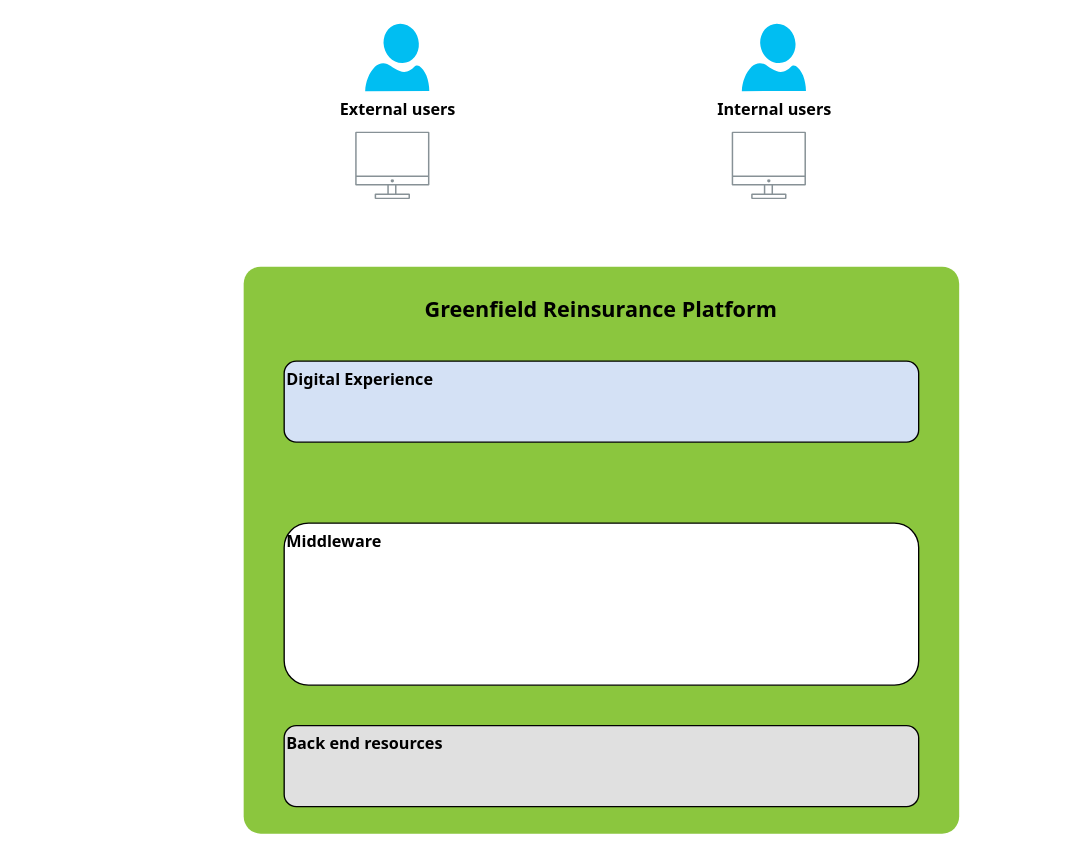
michaelmorar/diagrams keeps this draw.io diagram as page "Page-2" (2 of 2) of Untitled Diagram.drawio. Above is the earlier version. Source tidied: cells renumbered, new cells numbered last; positions are measured from the earlier drawing's top-left corner, leaving out a move shared by most shapes. Both pictures are drawn from the tidied source at 135%, with x=0, y=0 at pixel (243, 23).
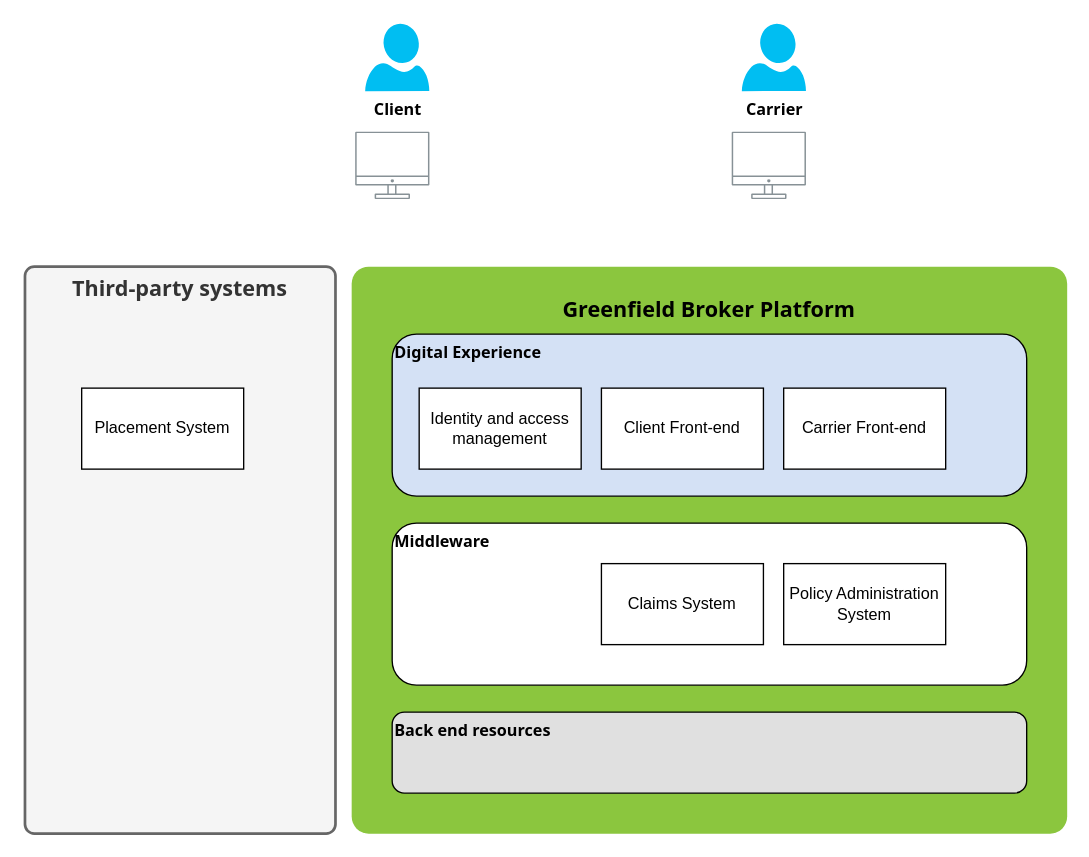
The same page after the edit.

What changed in the source:
```diff
@@
 <mxGraphModel>
   <root>
     <mxCell id="0" />
     <mxCell id="1" parent="0" />
-    <mxCell id="2" value="&lt;h2&gt;&lt;font style=&quot;font-size: 16px;&quot; face=&quot;Tahoma&quot;&gt;&lt;b&gt;Greenfield Reinsurance Platform&lt;/b&gt;&lt;/font&gt;&lt;/h2&gt;" style="rounded=1;whiteSpace=wrap;html=1;shadow=0;strokeWidth=2;fillColor=#8BC63E;fontSize=12;fontColor=#000000;align=center;strokeColor=none;arcSize=3;verticalAlign=top;" parent="1" vertex="1">
-      <mxGeometry y="180" width="530" height="420" as="geometry" />
+    <mxCell id="2" value="&lt;h2&gt;&lt;font style=&quot;font-size: 16px;&quot; face=&quot;Tahoma&quot;&gt;&lt;b&gt;Greenfield Broker Platform&lt;/b&gt;&lt;/font&gt;&lt;/h2&gt;" style="rounded=1;whiteSpace=wrap;html=1;shadow=0;strokeWidth=2;fillColor=#8BC63E;fontSize=12;fontColor=#000000;align=center;strokeColor=none;arcSize=3;verticalAlign=top;" parent="1" vertex="1">
+      <mxGeometry x="80" y="180" width="530" height="420" as="geometry" />
     </mxCell>
-    <mxCell id="3" value="&lt;b&gt;&lt;font face=&quot;Tahoma&quot;&gt;External users&lt;/font&gt;&lt;/b&gt;" style="verticalLabelPosition=bottom;html=1;verticalAlign=top;align=center;strokeColor=none;fillColor=#00BEF2;shape=mxgraph.azure.user;" parent="1" vertex="1">
+    <mxCell id="3" value="&lt;font face=&quot;Tahoma&quot;&gt;&lt;b&gt;Client&lt;/b&gt;&lt;/font&gt;" style="verticalLabelPosition=bottom;html=1;verticalAlign=top;align=center;strokeColor=none;fillColor=#00BEF2;shape=mxgraph.azure.user;" parent="1" vertex="1">
       <mxGeometry x="90" width="47.5" height="50" as="geometry" />
     </mxCell>
-    <mxCell id="4" value="Internal users" style="verticalLabelPosition=bottom;html=1;verticalAlign=top;align=center;strokeColor=none;fillColor=#00BEF2;shape=mxgraph.azure.user;fontFamily=Tahoma;fontStyle=1;" parent="1" vertex="1">
+    <mxCell id="4" value="Carrier" style="verticalLabelPosition=bottom;html=1;verticalAlign=top;align=center;strokeColor=none;fillColor=#00BEF2;shape=mxgraph.azure.user;fontFamily=Tahoma;fontStyle=1;" parent="1" vertex="1">
       <mxGeometry x="369" width="47.5" height="50" as="geometry" />
     </mxCell>
     <mxCell id="5" style="sketch=0;gradientColor=none;fontColor=#545B64;strokeColor=none;fillColor=#879196;dashed=0;verticalLabelPosition=bottom;verticalAlign=top;align=center;html=1;fontSize=12;fontStyle=0;shape=mxgraph.aws4.illustration_desktop;" parent="1" vertex="1">
       <mxGeometry x="82.6" y="80" width="55" height="50" as="geometry" />
     </mxCell>
     <mxCell id="6" style="sketch=0;gradientColor=none;fontColor=#545B64;strokeColor=none;fillColor=#879196;dashed=0;verticalLabelPosition=bottom;verticalAlign=top;align=center;html=1;fontSize=12;fontStyle=0;shape=mxgraph.aws4.illustration_desktop;" parent="1" vertex="1">
       <mxGeometry x="361.5" y="80" width="55" height="50" as="geometry" />
     </mxCell>
     <mxCell id="7" value="Middleware" style="rounded=1;whiteSpace=wrap;html=1;verticalAlign=top;align=left;fontStyle=1;fontFamily=Tahoma;" parent="1" vertex="1">
-      <mxGeometry x="30" y="370" width="470" height="120" as="geometry" />
+      <mxGeometry x="110" y="370" width="470" height="120" as="geometry" />
     </mxCell>
     <mxCell id="8" value="Digital Experience" style="rounded=1;whiteSpace=wrap;html=1;verticalAlign=top;align=left;fontFamily=Tahoma;fillColor=#D4E1F5;fontStyle=1;" parent="1" vertex="1">
-      <mxGeometry x="30" y="250" width="470" height="60" as="geometry" />
+      <mxGeometry x="110" y="230" width="470" height="120" as="geometry" />
     </mxCell>
     <mxCell id="9" value="Back end resources" style="rounded=1;whiteSpace=wrap;html=1;fontStyle=1;fontFamily=Tahoma;align=left;verticalAlign=top;fillColor=#E0E0E0;" parent="1" vertex="1">
-      <mxGeometry x="30" y="520" width="470" height="60" as="geometry" />
+      <mxGeometry x="110" y="510" width="470" height="60" as="geometry" />
     </mxCell>
+    <mxCell id="10" value="Identity and access management" style="rounded=0;whiteSpace=wrap;html=1;" parent="1" vertex="1">
+      <mxGeometry x="130" y="270" width="120" height="60" as="geometry" />
+    </mxCell>
+    <mxCell id="11" value="Client Front-end" style="rounded=0;whiteSpace=wrap;html=1;" parent="1" vertex="1">
+      <mxGeometry x="265" y="270" width="120" height="60" as="geometry" />
+    </mxCell>
+    <mxCell id="12" value="Third-party systems" style="rounded=1;whiteSpace=wrap;html=1;shadow=0;strokeWidth=2;fillColor=#f5f5f5;fontSize=16;fontColor=#333333;align=center;strokeColor=#666666;arcSize=3;verticalAlign=top;fontFamily=Tahoma;fontStyle=1;" parent="1" vertex="1">
+      <mxGeometry x="-162" y="180" width="230" height="420" as="geometry" />
+    </mxCell>
+    <mxCell id="13" value="Carrier Front-end" style="rounded=0;whiteSpace=wrap;html=1;" parent="1" vertex="1">
+      <mxGeometry x="400" y="270" width="120" height="60" as="geometry" />
+    </mxCell>
+    <mxCell id="14" value="Policy Administration System" style="rounded=0;whiteSpace=wrap;html=1;" parent="1" vertex="1">
+      <mxGeometry x="400" y="400" width="120" height="60" as="geometry" />
+    </mxCell>
+    <mxCell id="15" value="Claims System" style="rounded=0;whiteSpace=wrap;html=1;" parent="1" vertex="1">
+      <mxGeometry x="265" y="400" width="120" height="60" as="geometry" />
+    </mxCell>
+    <mxCell id="16" value="Placement System" style="rounded=0;whiteSpace=wrap;html=1;" parent="1" vertex="1">
+      <mxGeometry x="-120" y="270" width="120" height="60" as="geometry" />
+    </mxCell>
   </root>
 </mxGraphModel>
```
